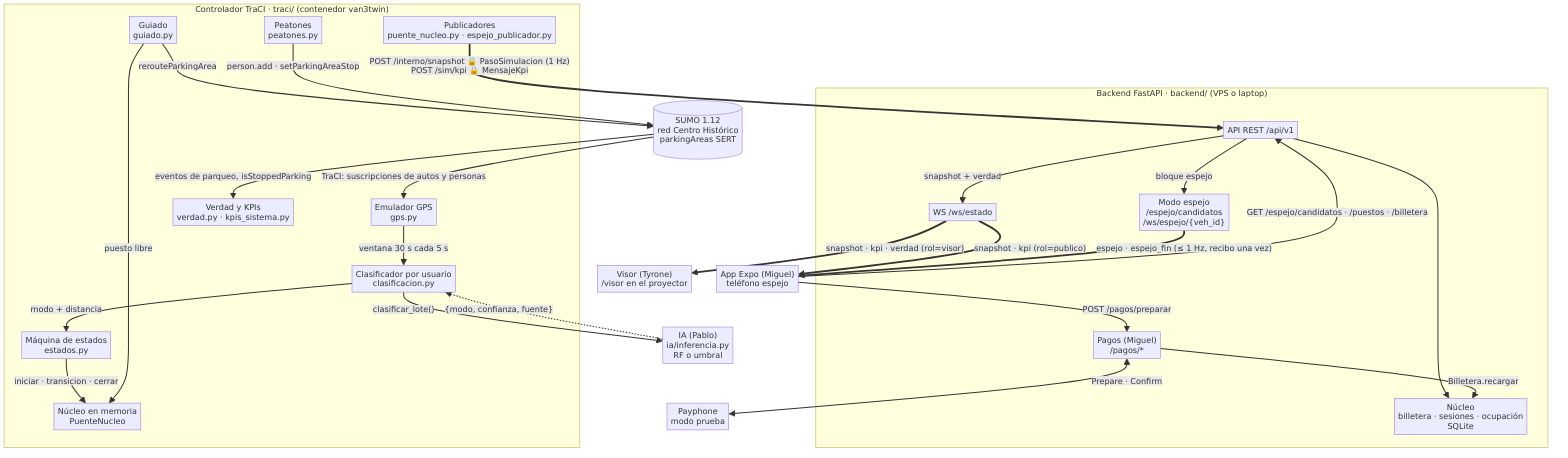
This is semanas/S4/Freddy/codigo/comun/docs/diagramas/componentes.png from thyron001/e-sert, a Mermaid export, as it was before one commit. Its source is kept beside it as semanas/S4/Freddy/codigo/comun/docs/diagramas/componentes.mmd.
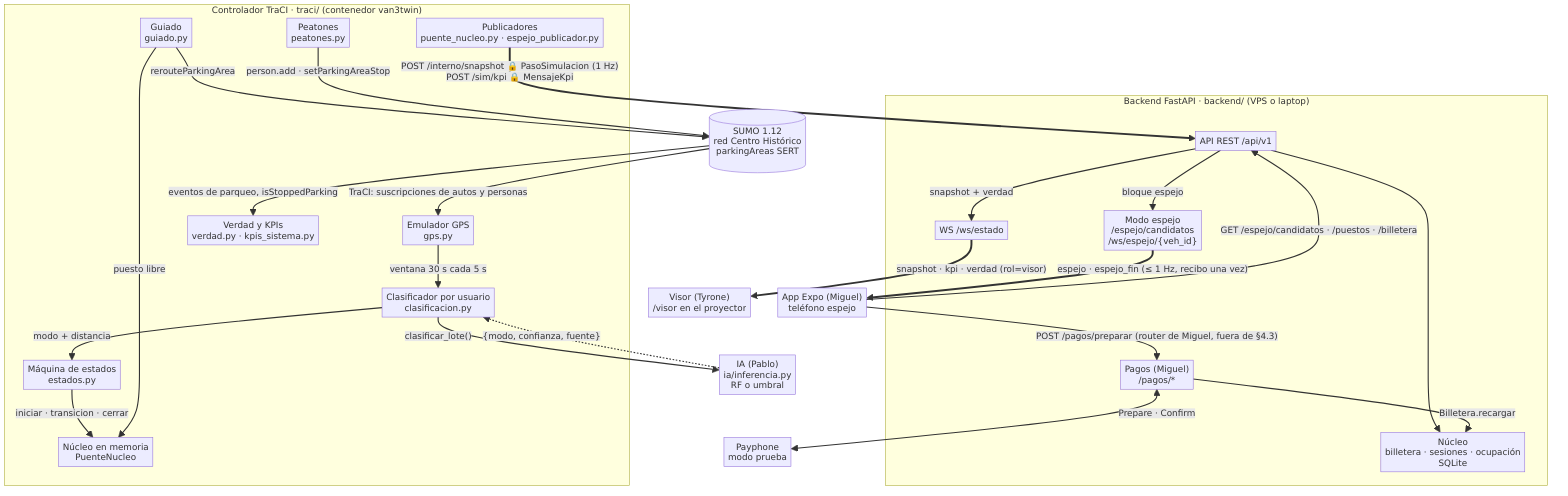
After the change.

The edit, as a diff of the source:
```diff
@@ -44,8 +44,7 @@
   API -->|"bloque espejo"| ESP
   PAG -->|"Billetera.recargar"| NUC
   WS ==>|"snapshot · kpi · verdad (rol=visor)"| VIS
-  WS ==>|"snapshot · kpi (rol=publico)"| APP
   ESP ==>|"espejo · espejo_fin (≤ 1 Hz, recibo una vez)"| APP
   APP -->|"GET /espejo/candidatos · /puestos · /billetera"| API
-  APP -->|"POST /pagos/preparar"| PAG
+  APP -->|"POST /pagos/preparar (router de Miguel, fuera de §4.3)"| PAG
   PAG <-->|"Prepare · Confirm"| PP
```
